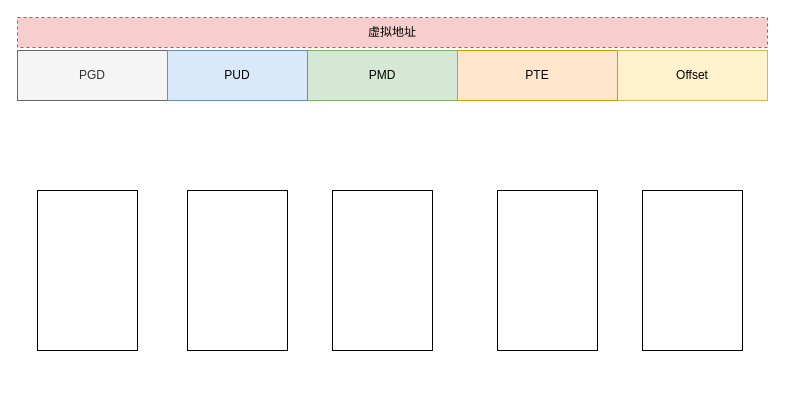
The draw.io diagram 四级目录.drawio in Netech-DevNote/itquestions_pictures, before the edit. Source tidied: cells renumbered, new cells numbered last; positions are measured from the earlier drawing's top-left corner, leaving out a move shared by most shapes. Both pictures are drawn from the tidied source at 100%, with x=0, y=0 at pixel (17, 17).
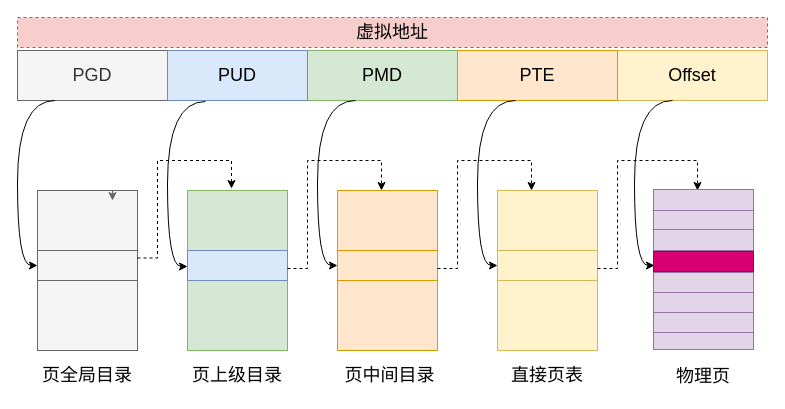
Above is the later version.

Commit message (it also covers changes not shown here):
更新四级目录.drawio

What changed in the source:
```diff
@@
-    <mxCell id="2" style="rounded=0;whiteSpace=wrap;html=1;" parent="1" vertex="1">
+    <mxCell id="2" style="rounded=0;whiteSpace=wrap;html=1;fillColor=#f5f5f5;fontColor=#333333;strokeColor=#666666;fontSize=18;" parent="1" vertex="1">
       <mxGeometry x="20" y="173" width="100" height="160" as="geometry" />
     </mxCell>
-    <mxCell id="3" value="Offset" style="rounded=0;whiteSpace=wrap;html=1;fillColor=#fff2cc;strokeColor=#d6b656;" parent="1" vertex="1">
+    <mxCell id="3" value="Offset" style="rounded=0;whiteSpace=wrap;html=1;fillColor=#fff2cc;strokeColor=#d6b656;fontSize=18;" parent="1" vertex="1">
       <mxGeometry x="600" y="33" width="150" height="50" as="geometry" />
     </mxCell>
-    <mxCell id="4" value="虚拟地址" style="text;html=1;strokeColor=#b85450;fillColor=#f8cecc;align=center;verticalAlign=middle;whiteSpace=wrap;rounded=0;dashed=1;" parent="1" vertex="1">
+    <mxCell id="4" value="虚拟地址" style="text;html=1;strokeColor=#b85450;fillColor=#f8cecc;align=center;verticalAlign=middle;whiteSpace=wrap;rounded=0;dashed=1;fontSize=18;" parent="1" vertex="1">
       <mxGeometry width="750" height="30" as="geometry" />
     </mxCell>
-    <mxCell id="5" value="PGD" style="rounded=0;whiteSpace=wrap;html=1;fillColor=#f5f5f5;fontColor=#333333;strokeColor=#666666;" parent="1" vertex="1">
+    <mxCell id="5" value="PGD" style="rounded=0;whiteSpace=wrap;html=1;fillColor=#f5f5f5;fontColor=#333333;strokeColor=#666666;fontSize=18;" parent="1" vertex="1">
       <mxGeometry y="33" width="150" height="50" as="geometry" />
     </mxCell>
-    <mxCell id="6" value="PMD" style="rounded=0;whiteSpace=wrap;html=1;fillColor=#d5e8d4;strokeColor=#82b366;" parent="1" vertex="1">
+    <mxCell id="6" value="PMD" style="rounded=0;whiteSpace=wrap;html=1;fillColor=#d5e8d4;strokeColor=#82b366;fontSize=18;" parent="1" vertex="1">
       <mxGeometry x="290" y="33" width="150" height="50" as="geometry" />
     </mxCell>
-    <mxCell id="7" value="PUD" style="rounded=0;whiteSpace=wrap;html=1;fillColor=#dae8fc;strokeColor=#6c8ebf;" parent="1" vertex="1">
+    <mxCell id="7" value="PUD" style="rounded=0;whiteSpace=wrap;html=1;fillColor=#dae8fc;strokeColor=#6c8ebf;fontSize=18;" parent="1" vertex="1">
       <mxGeometry x="150" y="33" width="140" height="50" as="geometry" />
     </mxCell>
-    <mxCell id="8" value="PTE" style="rounded=0;whiteSpace=wrap;html=1;fillColor=#ffe6cc;strokeColor=#d79b00;" parent="1" vertex="1">
+    <mxCell id="8" value="PTE" style="rounded=0;whiteSpace=wrap;html=1;fillColor=#ffe6cc;strokeColor=#d79b00;fontSize=18;" parent="1" vertex="1">
       <mxGeometry x="440" y="33" width="160" height="50" as="geometry" />
     </mxCell>
-    <mxCell id="9" style="rounded=0;whiteSpace=wrap;html=1;" parent="1" vertex="1">
+    <mxCell id="9" style="rounded=0;whiteSpace=wrap;html=1;fillColor=#d5e8d4;strokeColor=#82b366;fontSize=18;" parent="1" vertex="1">
       <mxGeometry x="170" y="173" width="100" height="160" as="geometry" />
     </mxCell>
-    <mxCell id="10" style="rounded=0;whiteSpace=wrap;html=1;" parent="1" vertex="1">
-      <mxGeometry x="315" y="173" width="100" height="160" as="geometry" />
+    <mxCell id="10" style="rounded=0;whiteSpace=wrap;html=1;fillColor=#ffe6cc;strokeColor=#d79b00;fontSize=18;" parent="1" vertex="1">
+      <mxGeometry x="320" y="173" width="100" height="160" as="geometry" />
     </mxCell>
-    <mxCell id="11" style="rounded=0;whiteSpace=wrap;html=1;" parent="1" vertex="1">
+    <mxCell id="11" style="rounded=0;whiteSpace=wrap;html=1;fillColor=#fff2cc;strokeColor=#d6b656;fontSize=18;" parent="1" vertex="1">
       <mxGeometry x="480" y="173" width="100" height="160" as="geometry" />
     </mxCell>
-    <mxCell id="12" style="rounded=0;whiteSpace=wrap;html=1;" parent="1" vertex="1">
-      <mxGeometry x="625" y="173" width="100" height="160" as="geometry" />
+    <mxCell id="12" style="rounded=0;whiteSpace=wrap;html=1;fillColor=#e1d5e7;strokeColor=#9673a6;fontSize=18;" parent="1" vertex="1">
+      <mxGeometry x="636" y="172" width="100" height="160" as="geometry" />
     </mxCell>
+    <mxCell id="13" style="rounded=0;whiteSpace=wrap;html=1;fillColor=#f5f5f5;fontColor=#333333;strokeColor=#666666;fontSize=18;" parent="1" vertex="1">
+      <mxGeometry x="20" y="233" width="100" height="30" as="geometry" />
+    </mxCell>
+    <mxCell id="14" style="endArrow=classic;html=1;rounded=0;edgeStyle=orthogonalEdgeStyle;curved=1;exitX=0.25;exitY=1;exitDx=0;exitDy=0;entryX=0;entryY=0.5;entryDx=0;entryDy=0;fontSize=18;" parent="1" edge="1" source="5" target="13">
+      <mxGeometry relative="1" as="geometry">
+        <Array as="points">
+          <mxPoint y="83" />
+          <mxPoint y="248" />
+        </Array>
+      </mxGeometry>
+    </mxCell>
+    <mxCell id="15" style="endArrow=classic;html=1;rounded=0;exitX=1;exitY=0.25;exitDx=0;exitDy=0;edgeStyle=orthogonalEdgeStyle;entryX=0.44;entryY=-0.012;entryDx=0;entryDy=0;entryPerimeter=0;dashed=1;fontSize=18;" parent="1" edge="1" source="13" target="9">
+      <mxGeometry relative="1" as="geometry">
+        <Array as="points">
+          <mxPoint x="140" y="241" />
+          <mxPoint x="140" y="143" />
+          <mxPoint x="214" y="143" />
+        </Array>
+      </mxGeometry>
+    </mxCell>
+    <mxCell id="16" style="edgeStyle=orthogonalEdgeStyle;rounded=0;orthogonalLoop=1;jettySize=auto;html=1;exitX=0.75;exitY=0;exitDx=0;exitDy=0;entryX=0.75;entryY=0.063;entryDx=0;entryDy=0;entryPerimeter=0;fillColor=#f5f5f5;strokeColor=#666666;fontSize=18;" parent="1" edge="1" source="2" target="2">
+      <mxGeometry relative="1" as="geometry" />
+    </mxCell>
+    <mxCell id="17" style="rounded=0;whiteSpace=wrap;html=1;fillColor=#dae8fc;strokeColor=#6c8ebf;fontSize=18;" parent="1" vertex="1">
+      <mxGeometry x="170" y="233" width="100" height="30" as="geometry" />
+    </mxCell>
+    <mxCell id="18" style="endArrow=classic;html=1;rounded=0;edgeStyle=orthogonalEdgeStyle;curved=1;exitX=0.25;exitY=1;exitDx=0;exitDy=0;entryX=0;entryY=0.5;entryDx=0;entryDy=0;fontSize=18;" parent="1" edge="1">
+      <mxGeometry relative="1" as="geometry">
+        <mxPoint x="188" y="84" as="sourcePoint" />
+        <mxPoint x="170" y="249" as="targetPoint" />
+        <Array as="points">
+          <mxPoint x="150" y="84" />
+          <mxPoint x="150" y="249" />
+        </Array>
+      </mxGeometry>
+    </mxCell>
+    <mxCell id="19" style="rounded=0;whiteSpace=wrap;html=1;fillColor=#ffe6cc;strokeColor=#d79b00;fontSize=18;" parent="1" vertex="1">
+      <mxGeometry x="320" y="233" width="100" height="30" as="geometry" />
+    </mxCell>
+    <mxCell id="20" style="endArrow=classic;html=1;rounded=0;exitX=1;exitY=0.25;exitDx=0;exitDy=0;edgeStyle=orthogonalEdgeStyle;dashed=1;fontSize=18;" parent="1" edge="1">
+      <mxGeometry relative="1" as="geometry">
+        <mxPoint x="270" y="251" as="sourcePoint" />
+        <mxPoint x="364" y="173" as="targetPoint" />
+        <Array as="points">
+          <mxPoint x="290" y="251" />
+          <mxPoint x="290" y="143" />
+          <mxPoint x="364" y="143" />
+        </Array>
+      </mxGeometry>
+    </mxCell>
+    <mxCell id="21" style="endArrow=classic;html=1;rounded=0;edgeStyle=orthogonalEdgeStyle;curved=1;exitX=0.25;exitY=1;exitDx=0;exitDy=0;entryX=0;entryY=0.5;entryDx=0;entryDy=0;fontSize=18;" parent="1" edge="1">
+      <mxGeometry relative="1" as="geometry">
+        <mxPoint x="338" y="83" as="sourcePoint" />
+        <mxPoint x="320" y="248" as="targetPoint" />
+        <Array as="points">
+          <mxPoint x="300" y="83" />
+          <mxPoint x="300" y="248" />
+        </Array>
+      </mxGeometry>
+    </mxCell>
+    <mxCell id="22" style="rounded=0;whiteSpace=wrap;html=1;fillColor=#fff2cc;strokeColor=#d6b656;fontSize=18;" parent="1" vertex="1">
+      <mxGeometry x="480" y="233" width="100" height="30" as="geometry" />
+    </mxCell>
+    <mxCell id="23" style="endArrow=classic;html=1;rounded=0;edgeStyle=orthogonalEdgeStyle;curved=1;exitX=0.25;exitY=1;exitDx=0;exitDy=0;entryX=0;entryY=0.5;entryDx=0;entryDy=0;fontSize=18;" parent="1" edge="1">
+      <mxGeometry relative="1" as="geometry">
+        <mxPoint x="498" y="83" as="sourcePoint" />
+        <mxPoint x="480" y="248" as="targetPoint" />
+        <Array as="points">
+          <mxPoint x="460" y="83" />
+          <mxPoint x="460" y="248" />
+        </Array>
+      </mxGeometry>
+    </mxCell>
+    <mxCell id="24" style="endArrow=classic;html=1;rounded=0;exitX=1;exitY=0.25;exitDx=0;exitDy=0;edgeStyle=orthogonalEdgeStyle;dashed=1;fontSize=18;" parent="1" edge="1">
+      <mxGeometry relative="1" as="geometry">
+        <mxPoint x="420" y="251" as="sourcePoint" />
+        <mxPoint x="514" y="173" as="targetPoint" />
+        <Array as="points">
+          <mxPoint x="440" y="251" />
+          <mxPoint x="440" y="143" />
+          <mxPoint x="514" y="143" />
+        </Array>
+      </mxGeometry>
+    </mxCell>
+    <mxCell id="25" style="endArrow=classic;html=1;rounded=0;edgeStyle=orthogonalEdgeStyle;curved=1;exitX=0.25;exitY=1;exitDx=0;exitDy=0;entryX=0;entryY=0.5;entryDx=0;entryDy=0;fontSize=18;" parent="1" edge="1">
+      <mxGeometry relative="1" as="geometry">
+        <mxPoint x="655" y="83" as="sourcePoint" />
+        <mxPoint x="637" y="248" as="targetPoint" />
+        <Array as="points">
+          <mxPoint x="617" y="83" />
+          <mxPoint x="617" y="248" />
+        </Array>
+      </mxGeometry>
+    </mxCell>
+    <mxCell id="26" style="rounded=0;whiteSpace=wrap;html=1;fillColor=#d80073;strokeColor=#A50040;fontColor=#ffffff;fontSize=18;" parent="1" vertex="1">
+      <mxGeometry x="636" y="234" width="100" height="20" as="geometry" />
+    </mxCell>
+    <mxCell id="27" style="endArrow=classic;html=1;rounded=0;exitX=1;exitY=0.25;exitDx=0;exitDy=0;edgeStyle=orthogonalEdgeStyle;dashed=1;fontSize=18;" parent="1" edge="1">
+      <mxGeometry relative="1" as="geometry">
+        <mxPoint x="580" y="251" as="sourcePoint" />
+        <mxPoint x="680" y="173" as="targetPoint" />
+        <Array as="points">
+          <mxPoint x="600" y="251" />
+          <mxPoint x="600" y="143" />
+          <mxPoint x="680" y="143" />
+          <mxPoint x="680" y="173" />
+        </Array>
+      </mxGeometry>
+    </mxCell>
+    <mxCell id="28" style="rounded=0;whiteSpace=wrap;html=1;fillColor=#e1d5e7;strokeColor=#9673a6;fontSize=18;" parent="1" vertex="1">
+      <mxGeometry x="636" y="212" width="100" height="21" as="geometry" />
+    </mxCell>
+    <mxCell id="29" style="rounded=0;whiteSpace=wrap;html=1;fillColor=#e1d5e7;strokeColor=#9673a6;fontSize=18;" parent="1" vertex="1">
+      <mxGeometry x="636" y="192" width="100" height="20" as="geometry" />
+    </mxCell>
+    <mxCell id="30" style="rounded=0;whiteSpace=wrap;html=1;fillColor=#e1d5e7;strokeColor=#9673a6;fontSize=18;" parent="1" vertex="1">
+      <mxGeometry x="636" y="172" width="100" height="21" as="geometry" />
+    </mxCell>
+    <mxCell id="31" style="rounded=0;whiteSpace=wrap;html=1;fillColor=#e1d5e7;strokeColor=#9673a6;fontSize=18;" parent="1" vertex="1">
+      <mxGeometry x="636" y="255" width="100" height="20" as="geometry" />
+    </mxCell>
+    <mxCell id="32" style="rounded=0;whiteSpace=wrap;html=1;fillColor=#e1d5e7;strokeColor=#9673a6;fontSize=18;" parent="1" vertex="1">
+      <mxGeometry x="636" y="275" width="100" height="20" as="geometry" />
+    </mxCell>
+    <mxCell id="33" style="rounded=0;whiteSpace=wrap;html=1;fillColor=#e1d5e7;strokeColor=#9673a6;fontSize=18;" parent="1" vertex="1">
+      <mxGeometry x="636" y="295" width="100" height="20" as="geometry" />
+    </mxCell>
+    <mxCell id="34" value="页全局目录" style="text;html=1;strokeColor=none;fillColor=none;align=center;verticalAlign=middle;whiteSpace=wrap;rounded=0;fontSize=18;" parent="1" vertex="1">
+      <mxGeometry x="20" y="343" width="100" height="30" as="geometry" />
+    </mxCell>
+    <mxCell id="35" value="页上级目录" style="text;html=1;strokeColor=none;fillColor=none;align=center;verticalAlign=middle;whiteSpace=wrap;rounded=0;fontSize=18;" parent="1" vertex="1">
+      <mxGeometry x="170" y="343" width="100" height="30" as="geometry" />
+    </mxCell>
+    <mxCell id="36" value="页中间目录" style="text;html=1;strokeColor=none;fillColor=none;align=center;verticalAlign=middle;whiteSpace=wrap;rounded=0;fontSize=18;" parent="1" vertex="1">
+      <mxGeometry x="325" y="343" width="95" height="30" as="geometry" />
+    </mxCell>
+    <mxCell id="37" value="物理页" style="text;html=1;strokeColor=none;fillColor=none;align=center;verticalAlign=middle;whiteSpace=wrap;rounded=0;fontSize=18;" parent="1" vertex="1">
+      <mxGeometry x="646" y="344" width="80" height="30" as="geometry" />
+    </mxCell>
+    <mxCell id="38" value="直接页表" style="text;html=1;strokeColor=none;fillColor=none;align=center;verticalAlign=middle;whiteSpace=wrap;rounded=0;fontSize=18;" parent="1" vertex="1">
+      <mxGeometry x="490" y="343" width="80" height="30" as="geometry" />
+    </mxCell>
```
